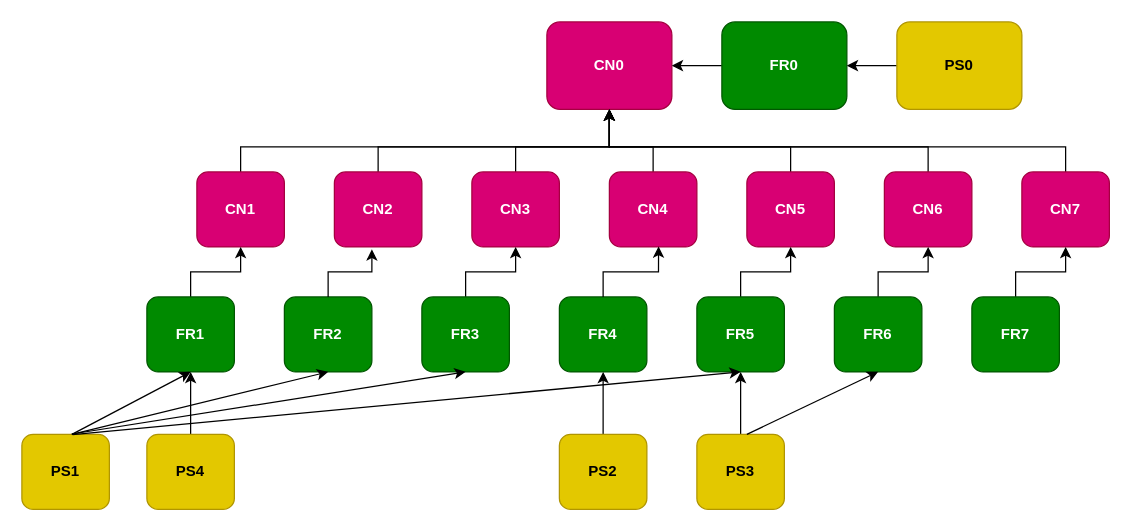
asdismilla/FlowChart keeps this draw.io diagram as page "PS (Week6)" (3 of 6) of Untitled Diagram.drawio. Above is the earlier version. Source tidied: cells renumbered, new cells numbered last; positions are measured from the earlier drawing's top-left corner, leaving out a move shared by most shapes. Both pictures are drawn from the tidied source at 125%, with x=0, y=0 at pixel (21, 21).
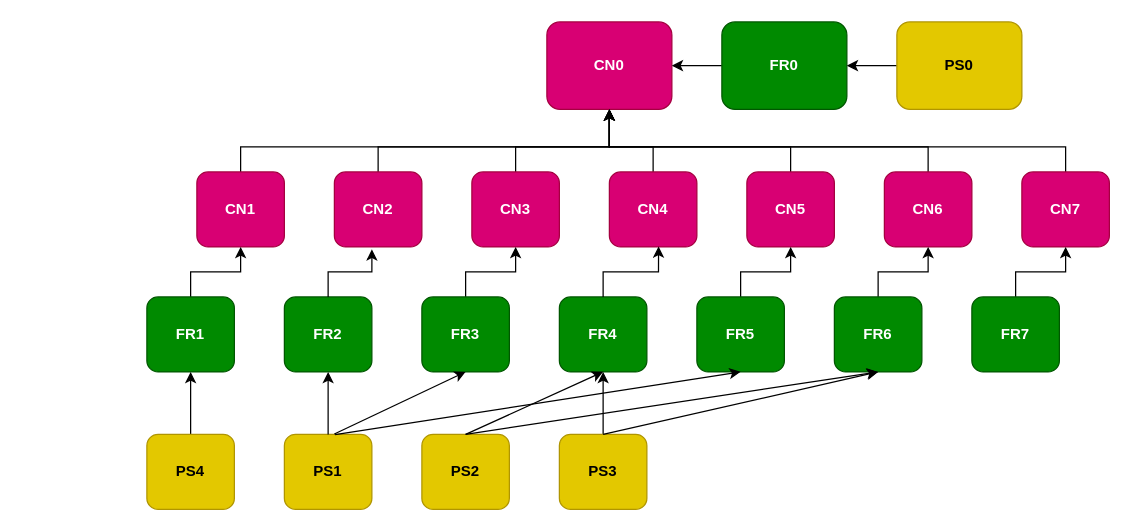
The same diagram, later.

Commit message:
PS updated according to the report

Unchanged cells that the change refers to:
```xml
<mxCell id="20" value="&lt;b&gt;FR6&lt;/b&gt;" style="rounded=1;whiteSpace=wrap;html=1;fillColor=#008a00;fontColor=#ffffff;strokeColor=#005700;" parent="1" vertex="1">
  <mxGeometry x="650" y="220" width="70" height="60" as="geometry" />
</mxCell>
<mxCell id="22" value="&lt;b&gt;FR5&lt;/b&gt;" style="rounded=1;whiteSpace=wrap;html=1;fillColor=#008a00;fontColor=#ffffff;strokeColor=#005700;" parent="1" vertex="1">
  <mxGeometry x="540" y="220" width="70" height="60" as="geometry" />
</mxCell>
<mxCell id="23" value="&lt;b&gt;FR4&lt;/b&gt;" style="rounded=1;whiteSpace=wrap;html=1;fillColor=#008a00;fontColor=#ffffff;strokeColor=#005700;" parent="1" vertex="1">
  <mxGeometry x="430" y="220" width="70" height="60" as="geometry" />
</mxCell>
<mxCell id="26" value="&lt;b&gt;FR2&lt;/b&gt;" style="rounded=1;whiteSpace=wrap;html=1;fillColor=#008a00;fontColor=#ffffff;strokeColor=#005700;" parent="1" vertex="1">
  <mxGeometry x="210" y="220" width="70" height="60" as="geometry" />
</mxCell>
<mxCell id="28" value="&lt;b&gt;FR1&lt;/b&gt;" style="rounded=1;whiteSpace=wrap;html=1;fillColor=#008a00;fontColor=#ffffff;strokeColor=#005700;" parent="1" vertex="1">
  <mxGeometry x="100" y="220" width="70" height="60" as="geometry" />
</mxCell>
```

The edit, as a diff of the source:
```diff
@@
-    <mxCell id="35" style="edgeStyle=orthogonalEdgeStyle;rounded=0;jettySize=auto;html=1;" parent="1" edge="1" source="36" target="22">
-      <mxGeometry relative="1" as="geometry" />
-    </mxCell>
+    <mxCell id="47" style="edgeStyle=orthogonalEdgeStyle;rounded=0;jettySize=auto;html=1;exitX=0.5;exitY=0;exitDx=0;exitDy=0;entryX=0.5;entryY=1;entryDx=0;entryDy=0;" parent="1" edge="1" source="36" target="23">
+      <mxGeometry relative="1" as="geometry" />
+    </mxCell>
     <mxCell id="36" value="&lt;b&gt;PS3&lt;/b&gt;" style="rounded=1;whiteSpace=wrap;html=1;fillColor=#e3c800;fontColor=#000000;strokeColor=#B09500;" parent="1" vertex="1">
-      <mxGeometry x="540" y="330" width="70" height="60" as="geometry" />
+      <mxGeometry x="430" y="330" width="70" height="60" as="geometry" />
     </mxCell>
-    <mxCell id="37" style="edgeStyle=orthogonalEdgeStyle;rounded=0;jettySize=auto;html=1;" parent="1" edge="1" source="38" target="23">
-      <mxGeometry relative="1" as="geometry" />
-    </mxCell>
     <mxCell id="38" value="&lt;b&gt;PS2&lt;br&gt;&lt;/b&gt;" style="rounded=1;whiteSpace=wrap;html=1;fillColor=#e3c800;fontColor=#000000;strokeColor=#B09500;" parent="1" vertex="1">
-      <mxGeometry x="430" y="330" width="70" height="60" as="geometry" />
+      <mxGeometry x="320" y="330" width="70" height="60" as="geometry" />
     </mxCell>
     <mxCell id="39" value="&lt;b&gt;PS1&lt;/b&gt;" style="rounded=1;whiteSpace=wrap;html=1;fillColor=#e3c800;fontColor=#000000;strokeColor=#B09500;" parent="1" vertex="1">
-      <mxGeometry y="330" width="70" height="60" as="geometry" />
+      <mxGeometry x="210" y="330" width="70" height="60" as="geometry" />
     </mxCell>
@@
-    <mxCell id="44" style="endArrow=classic;html=1;rounded=0;entryX=0.5;entryY=1;entryDx=0;entryDy=0;" parent="1" edge="1" target="20">
-      <mxGeometry relative="1" as="geometry">
-        <mxPoint x="580" y="330" as="sourcePoint" />
-      </mxGeometry>
-    </mxCell>
-    <mxCell id="45" style="endArrow=classic;html=1;rounded=0;entryX=0.5;entryY=1;entryDx=0;entryDy=0;" parent="1" edge="1" target="26">
-      <mxGeometry relative="1" as="geometry">
-        <mxPoint x="40" y="330" as="sourcePoint" />
-      </mxGeometry>
+    <mxCell id="45" style="endArrow=classic;html=1;rounded=0;entryX=0.5;entryY=1;entryDx=0;entryDy=0;exitX=0.5;exitY=0;exitDx=0;exitDy=0;" parent="1" edge="1" source="39" target="26">
+      <mxGeometry relative="1" as="geometry" />
     </mxCell>
-    <mxCell id="46" style="endArrow=classic;html=1;rounded=0;entryX=0.5;entryY=1;entryDx=0;entryDy=0;exitX=0.633;exitY=0.019;exitDx=0;exitDy=0;exitPerimeter=0;" parent="1" edge="1" target="28">
-      <mxGeometry relative="1" as="geometry">
-        <mxPoint x="40" y="330" as="sourcePoint" />
-      </mxGeometry>
-    </mxCell>
+    <mxCell id="48" style="endArrow=classic;html=1;rounded=0;exitX=0.5;exitY=0;exitDx=0;exitDy=0;entryX=0.5;entryY=1;entryDx=0;entryDy=0;" parent="1" edge="1" source="38" target="20">
+      <mxGeometry relative="1" as="geometry" />
+    </mxCell>
+    <mxCell id="49" style="endArrow=classic;html=1;rounded=0;exitX=0.5;exitY=0;exitDx=0;exitDy=0;entryX=0.5;entryY=1;entryDx=0;entryDy=0;" parent="1" edge="1" source="36" target="20">
+      <mxGeometry relative="1" as="geometry" />
+    </mxCell>
+    <mxCell id="37" style="endArrow=classic;html=1;rounded=0;exitX=0.5;exitY=0;exitDx=0;exitDy=0;entryX=0.5;entryY=1;entryDx=0;entryDy=0;" parent="1" edge="1" source="38" target="23">
+      <mxGeometry relative="1" as="geometry" />
+    </mxCell>
```
